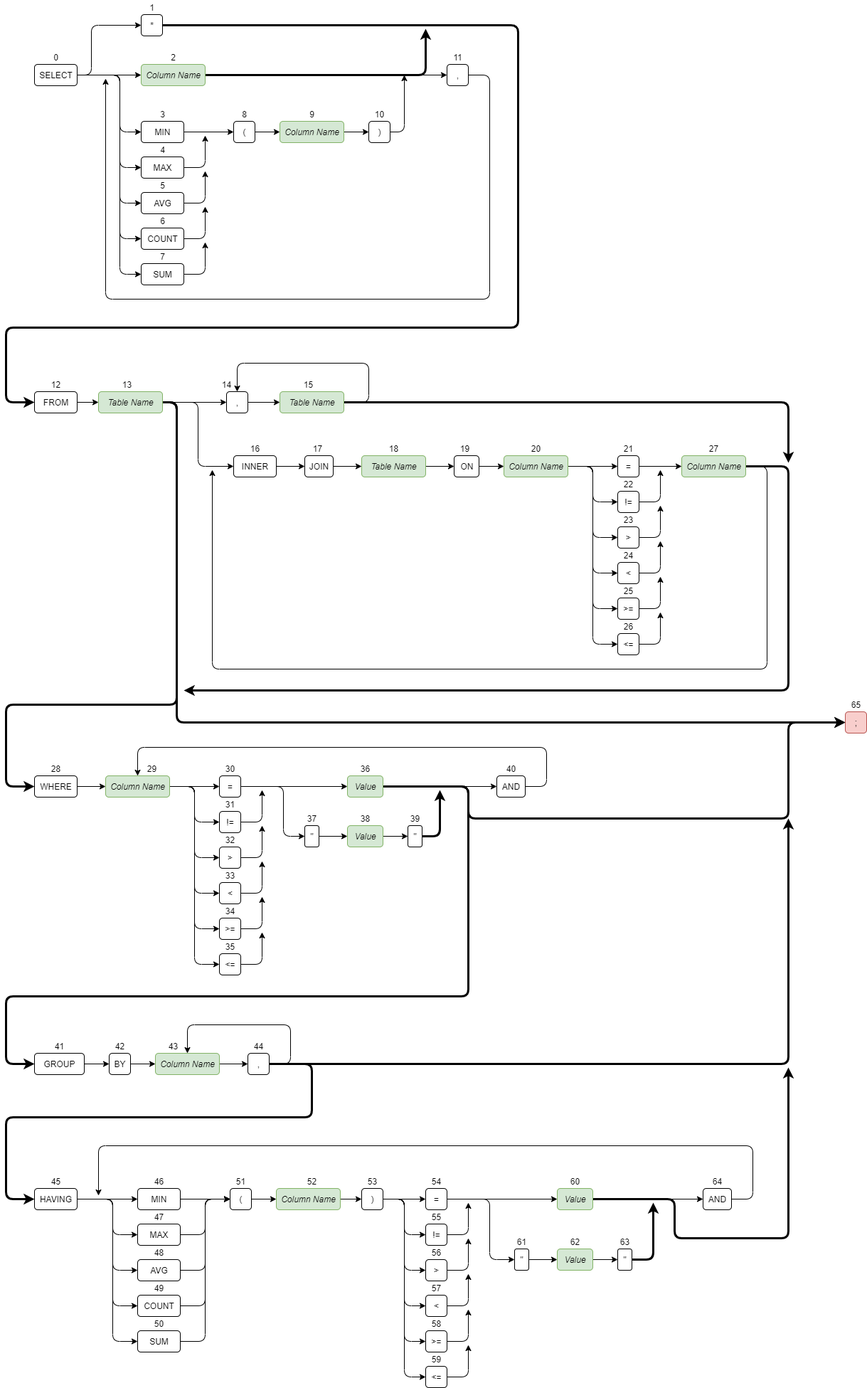
Before: src/files/assets/helpscreen/QueryDiagram.png, a diagram exported from draw.io (DeliciousWaffle/MastersProject). Source tidied: cells renumbered, new cells last; positions are measured from the earlier drawing's top-left corner, leaving out a move shared by most shapes.
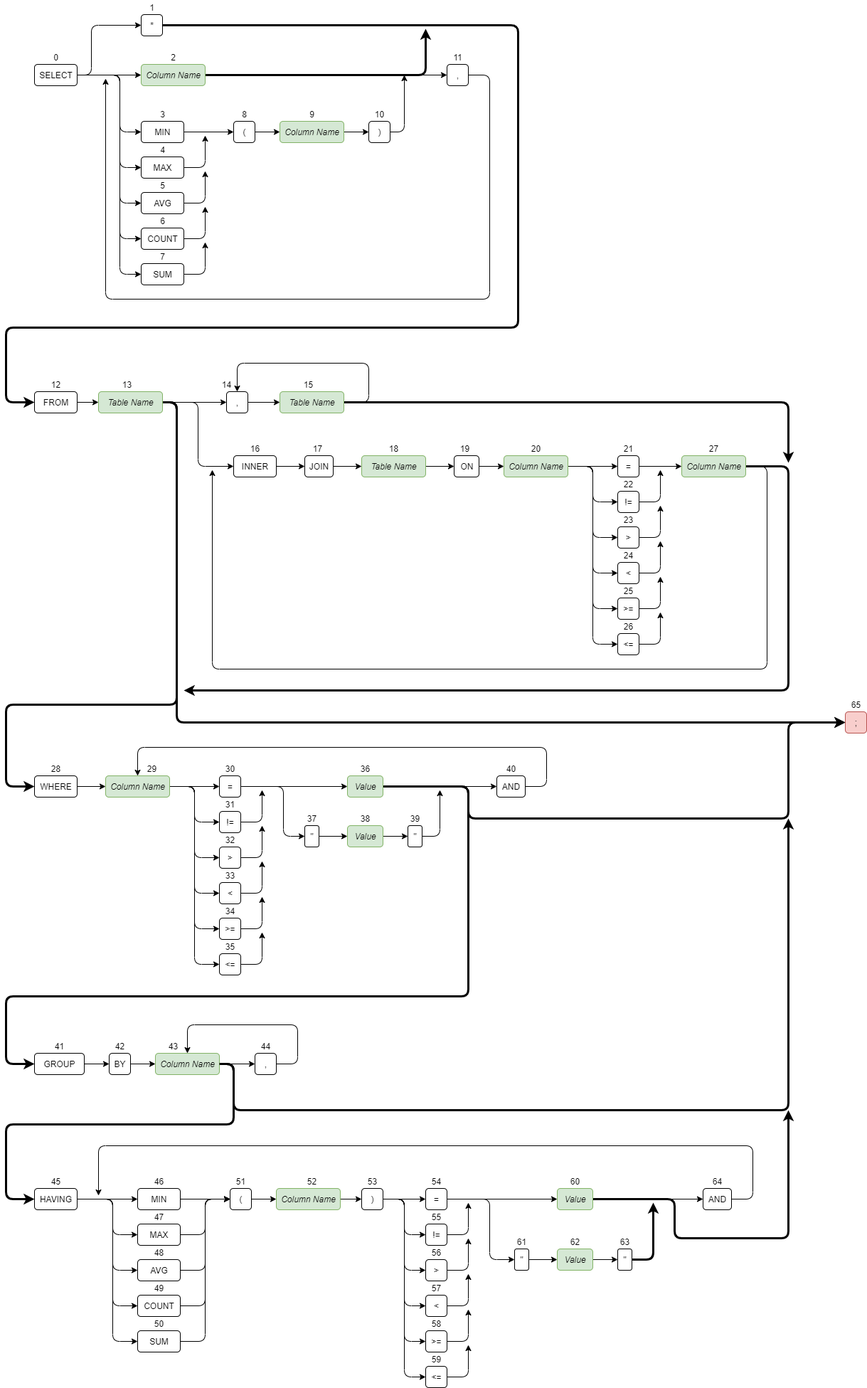
Later version of the same file.

Commit message:
Reworked Query Rule Graph

Diff of the diagram source:
```diff
@@ -273,39 +273,40 @@
     <mxCell id="63" style="edgeStyle=orthogonalEdgeStyle;jettySize=auto;html=1;exitX=1;exitY=0.5;exitDx=0;exitDy=0;entryX=0;entryY=0.5;entryDx=0;entryDy=0;" parent="1" edge="1" source="64" target="68">
       <mxGeometry relative="1" as="geometry" />
     </mxCell>
+    <mxCell id="237" style="edgeStyle=orthogonalEdgeStyle;rounded=1;jettySize=auto;html=1;exitX=1;exitY=0.5;exitDx=0;exitDy=0;entryX=0;entryY=0.5;entryDx=0;entryDy=0;strokeWidth=3;" parent="1" edge="1" source="64" target="21">
+      <mxGeometry relative="1" as="geometry">
+        <Array as="points">
+          <mxPoint x="320" y="1495" />
+          <mxPoint x="320" y="1580" />
+          <mxPoint y="1580" />
+          <mxPoint y="1685" />
+        </Array>
+      </mxGeometry>
+    </mxCell>
     <mxCell id="64" value="&lt;i&gt;Column Name&lt;/i&gt;" style="html=1;fillColor=#d5e8d4;strokeColor=#82b366;rounded=1;" parent="1" vertex="1">
       <mxGeometry x="210" y="1480" width="90" height="30" as="geometry" />
     </mxCell>
-    <mxCell id="65" style="edgeStyle=orthogonalEdgeStyle;rounded=1;jettySize=auto;html=1;exitX=1;exitY=0.5;exitDx=0;exitDy=0;entryX=0;entryY=0.5;entryDx=0;entryDy=0;strokeColor=#000000;strokeWidth=3;" parent="1" edge="1" source="68" target="21">
-      <mxGeometry relative="1" as="geometry">
-        <Array as="points">
-          <mxPoint x="430" y="1495" />
-          <mxPoint x="430" y="1570" />
-          <mxPoint y="1570" />
-          <mxPoint y="1685" />
-        </Array>
-      </mxGeometry>
-    </mxCell>
-    <mxCell id="66" style="edgeStyle=orthogonalEdgeStyle;rounded=1;jettySize=auto;html=1;exitX=1;exitY=0.5;exitDx=0;exitDy=0;strokeColor=#000000;strokeWidth=3;" parent="1" edge="1" source="68">
+    <mxCell id="66" style="edgeStyle=orthogonalEdgeStyle;rounded=1;jettySize=auto;html=1;exitX=1;exitY=0.5;exitDx=0;exitDy=0;strokeColor=#000000;strokeWidth=3;" parent="1" edge="1" source="64">
       <mxGeometry relative="1" as="geometry">
         <mxPoint x="1100" y="1150" as="targetPoint" />
         <Array as="points">
-          <mxPoint x="1100" y="1495" />
-          <mxPoint x="1100" y="1150" />
+          <mxPoint x="320" y="1495" />
+          <mxPoint x="320" y="1560" />
+          <mxPoint x="1100" y="1560" />
         </Array>
       </mxGeometry>
     </mxCell>
     <mxCell id="67" style="edgeStyle=orthogonalEdgeStyle;rounded=1;jettySize=auto;html=1;exitX=1;exitY=0.5;exitDx=0;exitDy=0;entryX=0.5;entryY=0;entryDx=0;entryDy=0;strokeColor=#000000;strokeWidth=1;" parent="1" edge="1" source="68" target="64">
       <mxGeometry relative="1" as="geometry">
         <Array as="points">
-          <mxPoint x="400" y="1495" />
-          <mxPoint x="400" y="1440" />
+          <mxPoint x="410" y="1495" />
+          <mxPoint x="410" y="1440" />
           <mxPoint x="255" y="1440" />
         </Array>
       </mxGeometry>
     </mxCell>
     <mxCell id="68" value="," style="html=1;rounded=1;" parent="1" vertex="1">
-      <mxGeometry x="340" y="1480" width="30" height="30" as="geometry" />
+      <mxGeometry x="350" y="1480" width="30" height="30" as="geometry" />
     </mxCell>
     <mxCell id="69" style="edgeStyle=orthogonalEdgeStyle;jettySize=auto;html=1;exitX=1;exitY=0.5;exitDx=0;exitDy=0;entryX=0;entryY=0.5;entryDx=0;entryDy=0;" parent="1" edge="1" source="70" target="80">
       <mxGeometry relative="1" as="geometry" />
@@ -502,12 +503,12 @@
     </mxCell>
     <mxCell id="120" style="edgeStyle=orthogonalEdgeStyle;rounded=1;jettySize=auto;html=1;exitX=1;exitY=0.5;exitDx=0;exitDy=0;strokeColor=#000000;strokeWidth=3;" parent="1" edge="1" source="121">
       <mxGeometry relative="1" as="geometry">
-        <mxPoint x="1100" y="1500" as="targetPoint" />
+        <mxPoint x="1100" y="1560" as="targetPoint" />
         <Array as="points">
           <mxPoint x="940" y="1685" />
           <mxPoint x="940" y="1740" />
           <mxPoint x="1100" y="1740" />
-          <mxPoint x="1100" y="1530" />
+          <mxPoint x="1100" y="1570" />
         </Array>
       </mxGeometry>
     </mxCell>
@@ -749,7 +750,7 @@
     <mxCell id="193" value="37" style="text;html=1;align=center;verticalAlign=middle;rounded=1;" parent="1" vertex="1">
       <mxGeometry x="415" y="1140" width="30" height="20" as="geometry" />
     </mxCell>
-    <mxCell id="194" style="edgeStyle=orthogonalEdgeStyle;jettySize=auto;html=1;exitX=1;exitY=0.5;exitDx=0;exitDy=0;strokeWidth=3;" parent="1" edge="1" source="195">
+    <mxCell id="194" style="edgeStyle=orthogonalEdgeStyle;jettySize=auto;html=1;exitX=1;exitY=0.5;exitDx=0;exitDy=0;strokeWidth=1;" parent="1" edge="1" source="195">
       <mxGeometry relative="1" as="geometry">
         <mxPoint x="610" y="1110" as="targetPoint" />
       </mxGeometry>
@@ -911,7 +912,7 @@
       <mxGeometry x="980" y="620" width="30" height="20" as="geometry" />
     </mxCell>
     <mxCell id="234" value="44" style="text;html=1;align=center;verticalAlign=middle;rounded=1;" parent="1" vertex="1">
-      <mxGeometry x="340" y="1460" width="30" height="20" as="geometry" />
+      <mxGeometry x="350" y="1460" width="30" height="20" as="geometry" />
     </mxCell>
     <mxCell id="235" value="60" style="text;html=1;align=center;verticalAlign=middle;rounded=1;" parent="1" vertex="1">
       <mxGeometry x="785" y="1650" width="30" height="20" as="geometry" />
```
